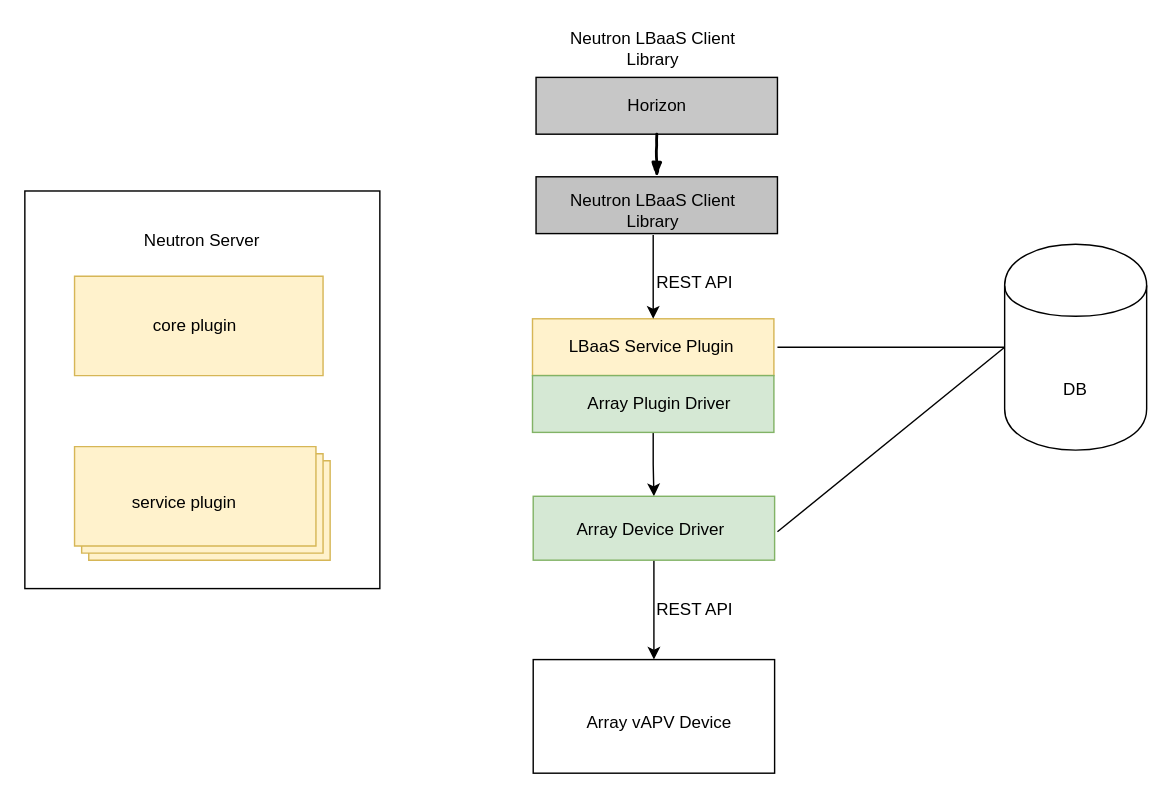
The draw.io diagram array_lbaasv2_agent.drawio in jarod-w/fordraw.io, before the edit. Source tidied: cells renumbered, new cells numbered last; positions are measured from the earlier drawing's top-left corner, leaving out a move shared by most shapes. Both pictures are drawn from the tidied source at 142%, with x=0, y=0 at pixel (24, 24).
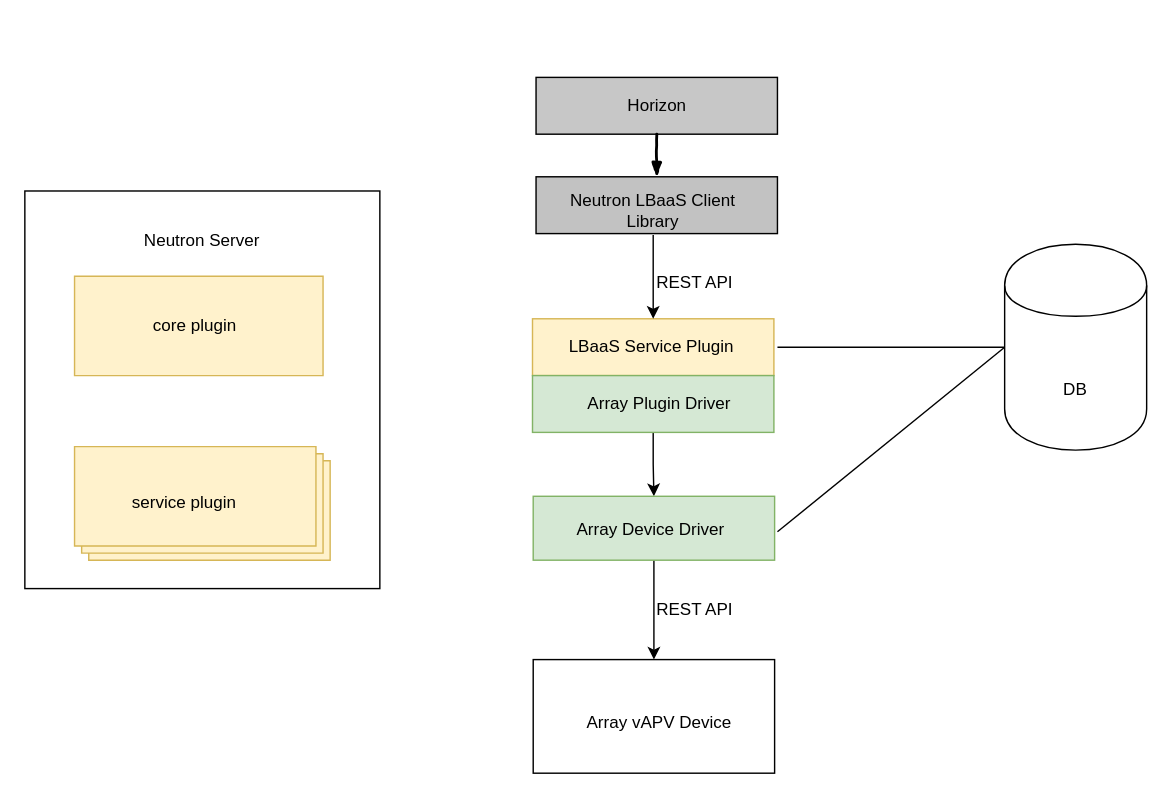
The same page after the edit.

Diff of the diagram source:
```diff
@@
-    <mxCell id="19" value="Neutron LBaaS Client Library" style="text;html=1;strokeColor=none;fillColor=none;align=center;verticalAlign=middle;whiteSpace=wrap;rounded=0;" parent="1" vertex="1">
-      <mxGeometry x="365" width="155" height="34" as="geometry" />
-    </mxCell>
```
